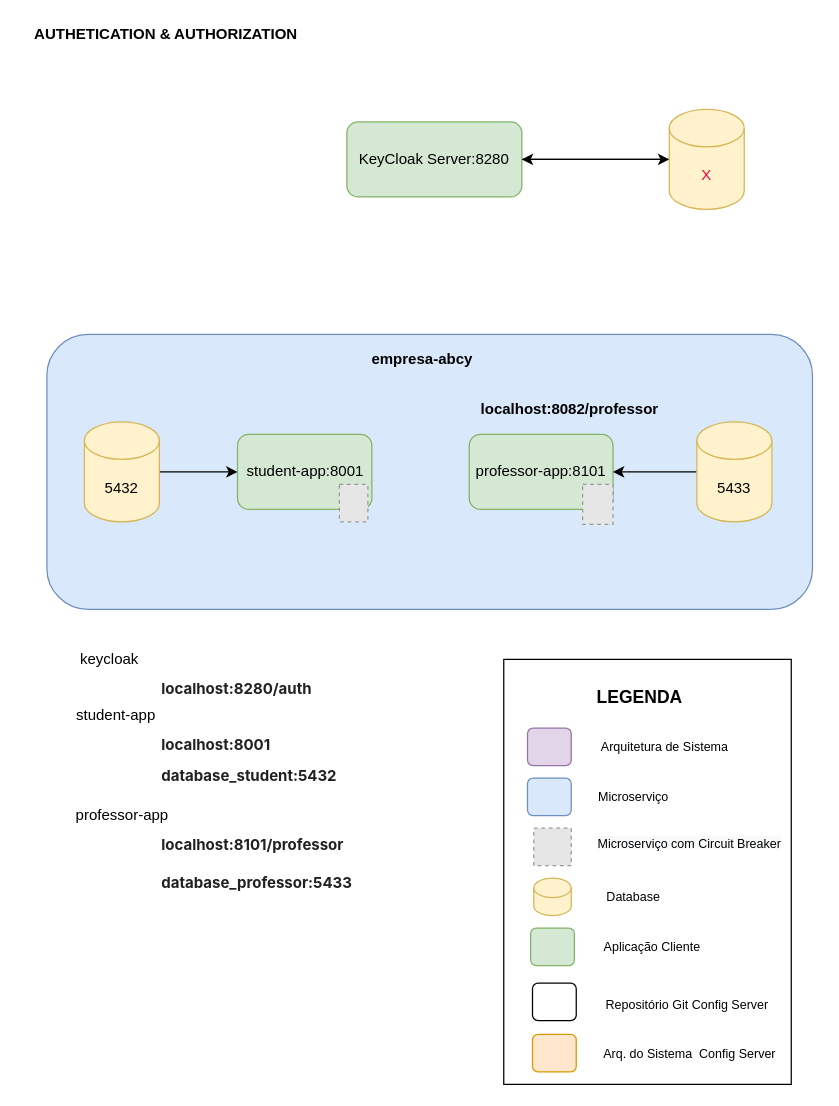
Above: spring-security-with-keycloak-app.drawio in CarlosRobertoMedeiros/study-spring-security-with-keycloak (draw.io), before the change. Source tidied: cells renumbered, new cells numbered last; positions are measured from the earlier drawing's top-left corner, leaving out a move shared by most shapes. Both pictures are drawn from the tidied source at 125%, with x=0, y=0 at pixel (21, 21). Pictures stored in the file or linked from it are replaced by grey dashed boxes.
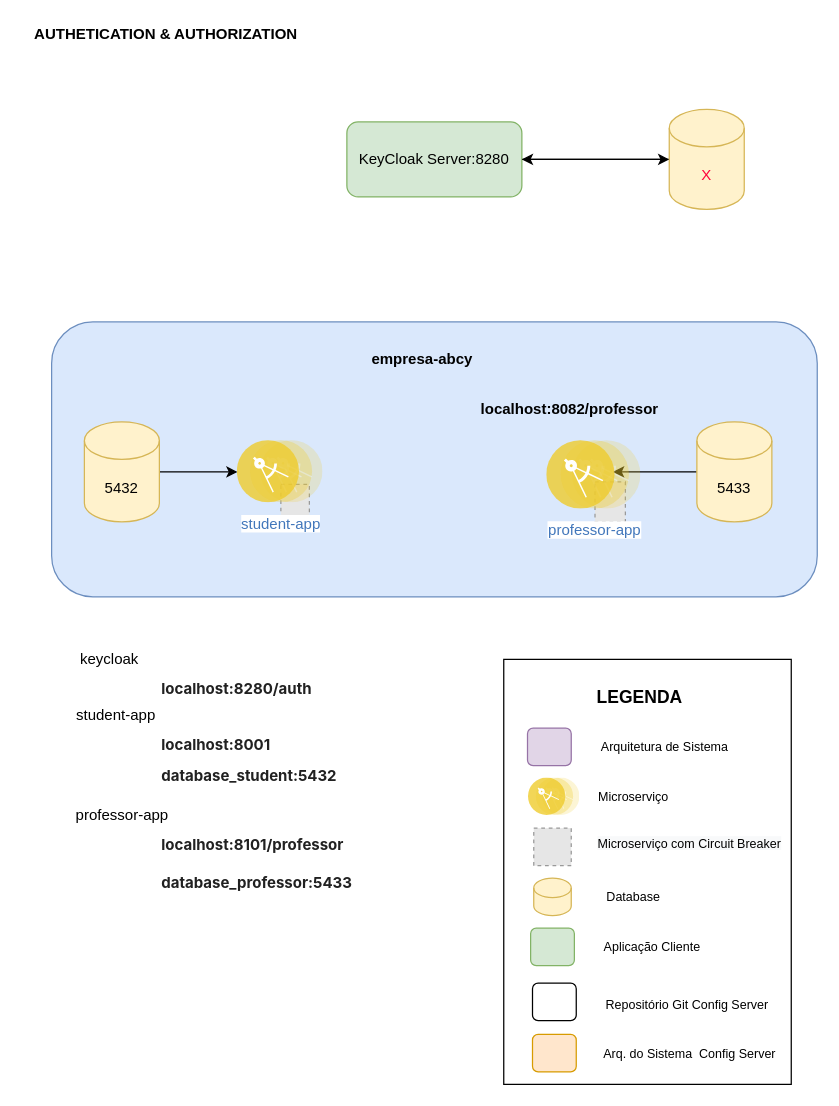
The same diagram, later.

The change refers to these unchanged cells:
```xml
<mxCell id="15" value="5433" style="shape=cylinder3;whiteSpace=wrap;html=1;boundedLbl=1;backgroundOutline=1;size=15;fillColor=#fff2cc;strokeColor=#d6b656;" parent="1" vertex="1">
  <mxGeometry x="540" y="320" width="60" height="80" as="geometry" />
</mxCell>
<mxCell id="17" value="5432" style="shape=cylinder3;whiteSpace=wrap;html=1;boundedLbl=1;backgroundOutline=1;size=15;fillColor=#fff2cc;strokeColor=#d6b656;" parent="1" vertex="1">
  <mxGeometry x="50" y="320" width="60" height="80" as="geometry" />
</mxCell>
```

Change to the diagram source:
```diff
@@
     <mxCell id="3" style="rounded=1;whiteSpace=wrap;html=1;fillColor=#dae8fc;strokeColor=#6c8ebf;" parent="1" vertex="1">
-      <mxGeometry x="20" y="250" width="612.5" height="220" as="geometry" />
+      <mxGeometry x="23.8" y="240" width="612.5" height="220" as="geometry" />
     </mxCell>
@@
-    <mxCell id="5" value="student-app:8001" style="rounded=1;whiteSpace=wrap;html=1;fillColor=#d5e8d4;strokeColor=#82b366;" parent="1" vertex="1">
-      <mxGeometry x="172.5" y="330" width="107.5" height="60" as="geometry" />
-    </mxCell>
     <mxCell id="6" style="fillColor=#E6E6E6;strokeColor=#999999;dashed=1;verticalLabelPosition=bottom;labelBackgroundColor=default;verticalAlign=top;" parent="1" vertex="1">
-      <mxGeometry x="254" y="370" width="22.8" height="30" as="geometry" />
+      <mxGeometry x="207.2" y="370" width="22.8" height="30" as="geometry" />
     </mxCell>
-    <mxCell id="7" value="professor-app:8101" style="rounded=1;whiteSpace=wrap;html=1;fillColor=#d5e8d4;strokeColor=#82b366;" parent="1" vertex="1">
-      <mxGeometry x="357.9" y="330" width="115" height="60" as="geometry" />
-    </mxCell>
     <mxCell id="8" style="fillColor=#E6E6E6;strokeColor=#999999;dashed=1;verticalLabelPosition=bottom;labelBackgroundColor=default;verticalAlign=top;" parent="1" vertex="1">
-      <mxGeometry x="448.6" y="370" width="24.3" height="32" as="geometry" />
+      <mxGeometry x="458.5" y="368" width="24.3" height="32" as="geometry" />
     </mxCell>
@@
-    <mxCell id="14" style="edgeStyle=orthogonalEdgeStyle;rounded=0;jettySize=auto;html=1;entryX=1;entryY=0.5;entryDx=0;entryDy=0;" parent="1" edge="1" source="15" target="7">
-      <mxGeometry relative="1" as="geometry" />
+    <mxCell id="14" style="edgeStyle=orthogonalEdgeStyle;rounded=0;jettySize=auto;html=1;entryX=1;entryY=0.5;entryDx=0;entryDy=0;" parent="1" edge="1" source="15">
+      <mxGeometry relative="1" as="geometry">
+        <mxPoint x="472.9" y="360" as="targetPoint" />
+      </mxGeometry>
     </mxCell>
@@
-    <mxCell id="16" style="edgeStyle=orthogonalEdgeStyle;rounded=0;jettySize=auto;html=1;" parent="1" edge="1" source="17" target="5">
-      <mxGeometry relative="1" as="geometry" />
+    <mxCell id="16" style="edgeStyle=orthogonalEdgeStyle;rounded=0;jettySize=auto;html=1;" parent="1" edge="1" source="17">
+      <mxGeometry relative="1" as="geometry">
+        <mxPoint x="172.5" y="360" as="targetPoint" />
+      </mxGeometry>
     </mxCell>
@@
-    <mxCell id="21" style="rounded=1;whiteSpace=wrap;html=1;fontSize=10;fillColor=#dae8fc;strokeColor=#6c8ebf;" parent="1" vertex="1">
-      <mxGeometry x="404.5" y="605" width="35" height="30" as="geometry" />
-    </mxCell>
@@
+    <mxCell id="42" value="student-app" style="perimeter=ellipsePerimeter;html=1;align=center;shadow=0;dashed=0;fontColor=#4277BB;labelBackgroundColor=#ffffff;fontSize=12;spacingTop=3;image;image=img/lib/ibm/applications/microservice.svg;" parent="1" vertex="1">
+      <mxGeometry x="172.5" y="335" width="68.5" height="50" as="geometry" />
+    </mxCell>
+    <mxCell id="43" value="professor-app" style="perimeter=ellipsePerimeter;html=1;align=center;shadow=0;dashed=0;fontColor=#4277BB;labelBackgroundColor=#ffffff;fontSize=12;spacingTop=3;image;image=img/lib/ibm/applications/microservice.svg;" parent="1" vertex="1">
+      <mxGeometry x="420" y="335" width="75.3" height="55" as="geometry" />
+    </mxCell>
+    <mxCell id="44" style="perimeter=ellipsePerimeter;html=1;align=center;shadow=0;dashed=0;fontColor=#4277BB;labelBackgroundColor=#ffffff;fontSize=12;spacingTop=3;image;image=img/lib/ibm/applications/microservice.svg;" parent="1" vertex="1">
+      <mxGeometry x="405.4" y="605" width="41.1" height="30" as="geometry" />
+    </mxCell>
```
